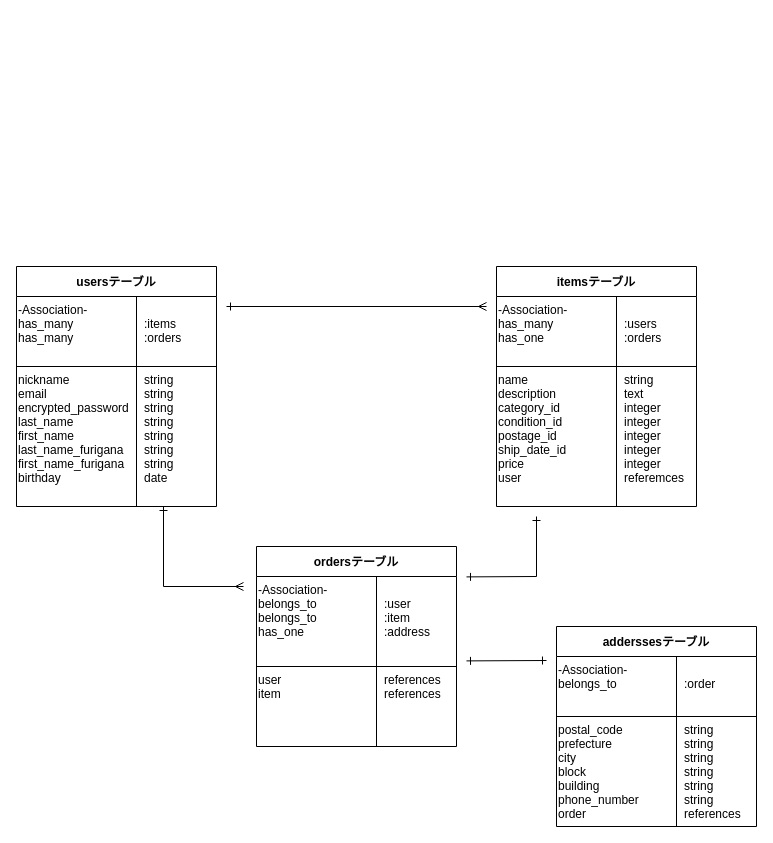
This is er.dio from ksk-o/furima-28136, a draw.io file, before an edit. Source tidied: cells renumbered, new cells numbered last; positions are measured from the earlier drawing's top-left corner, leaving out a move shared by most shapes. Both pictures are drawn from the tidied source at 100%, with x=0, y=0 at pixel (16, 266).
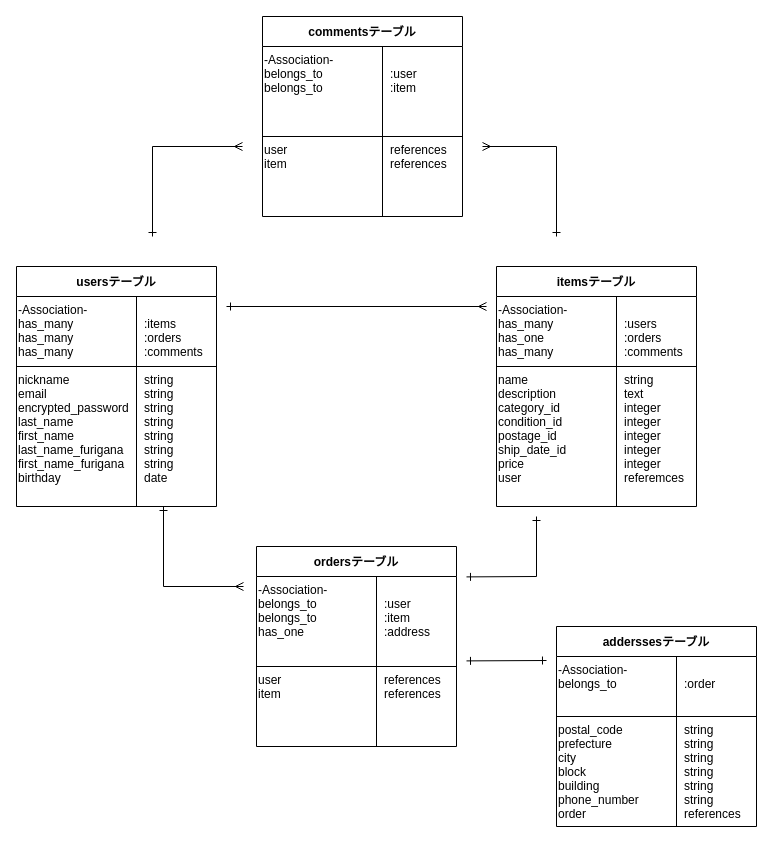
Above is the later version.

Commit message (it also covers changes not shown here):
コメント機能のER図とREADME追加

Unchanged cells that the change refers to:
```xml
<mxCell id="5" style="shape=partialRectangle;fillColor=none;top=0;left=0;bottom=1;right=0;" parent="4" vertex="1">
  <mxGeometry y="30" width="200" height="70" as="geometry" />
</mxCell>
<mxCell id="12" style="shape=partialRectangle;fillColor=none;top=0;left=0;bottom=1;right=0;" parent="11" vertex="1">
  <mxGeometry y="30" width="200" height="70" as="geometry" />
</mxCell>
```

What changed in the source:
```diff
@@
-    <mxCell id="6" value="-Association-&#10;has_many&#10;has_many" style="shape=partialRectangle;fillColor=none;top=0;left=0;bottom=0;right=0;fontStyle=0;overflow=hidden;verticalAlign=top;align=left;" parent="5" vertex="1">
+    <mxCell id="6" value="-Association-&#10;has_many&#10;has_many&#10;has_many" style="shape=partialRectangle;fillColor=none;top=0;left=0;bottom=0;right=0;fontStyle=0;overflow=hidden;verticalAlign=top;align=left;" parent="5" vertex="1">
       <mxGeometry width="120" height="70" as="geometry" />
     </mxCell>
-    <mxCell id="7" value="&#10;:items&#10;:orders" style="shape=partialRectangle;fillColor=none;top=0;left=0;bottom=0;right=0;align=left;spacingLeft=6;fontStyle=0;overflow=hidden;verticalAlign=top;" parent="5" vertex="1">
+    <mxCell id="7" value="&#10;:items&#10;:orders&#10;:comments" style="shape=partialRectangle;fillColor=none;top=0;left=0;bottom=0;right=0;align=left;spacingLeft=6;fontStyle=0;overflow=hidden;verticalAlign=top;" parent="5" vertex="1">
       <mxGeometry x="120" width="80" height="70" as="geometry" />
     </mxCell>
@@
-    <mxCell id="13" value="-Association-&#10;has_many&#10;has_one" style="shape=partialRectangle;fillColor=none;top=0;left=0;bottom=0;right=0;fontStyle=0;overflow=hidden;verticalAlign=top;align=left;" parent="12" vertex="1">
+    <mxCell id="13" value="-Association-&#10;has_many&#10;has_one&#10;has_many" style="shape=partialRectangle;fillColor=none;top=0;left=0;bottom=0;right=0;fontStyle=0;overflow=hidden;verticalAlign=top;align=left;" parent="12" vertex="1">
       <mxGeometry width="120" height="70" as="geometry" />
     </mxCell>
-    <mxCell id="14" value="&#10;:users&#10;:orders" style="shape=partialRectangle;fillColor=none;top=0;left=0;bottom=0;right=0;align=left;spacingLeft=6;fontStyle=0;overflow=hidden;verticalAlign=top;" parent="12" vertex="1">
+    <mxCell id="14" value="&#10;:users&#10;:orders&#10;:comments" style="shape=partialRectangle;fillColor=none;top=0;left=0;bottom=0;right=0;align=left;spacingLeft=6;fontStyle=0;overflow=hidden;verticalAlign=top;" parent="12" vertex="1">
       <mxGeometry x="120" width="80" height="70" as="geometry" />
     </mxCell>
@@
+    <mxCell id="34" value="commentsテーブル" style="shape=table;startSize=30;childLayout=tableLayout;rowLines=0;fontStyle=1;align=center;" parent="1" vertex="1">
+      <mxGeometry x="246" y="-250" width="200" height="200" as="geometry" />
+    </mxCell>
+    <mxCell id="35" style="shape=partialRectangle;fillColor=none;top=0;left=0;bottom=1;right=0;" parent="34" vertex="1">
+      <mxGeometry y="30" width="200" height="90" as="geometry" />
+    </mxCell>
+    <mxCell id="36" value="-Association-&#10;belongs_to&#10;belongs_to" style="shape=partialRectangle;fillColor=none;top=0;left=0;bottom=0;right=0;fontStyle=0;overflow=hidden;verticalAlign=top;align=left;" parent="35" vertex="1">
+      <mxGeometry width="120" height="90" as="geometry" />
+    </mxCell>
+    <mxCell id="37" value="&#10;:user&#10;:item" style="shape=partialRectangle;fillColor=none;top=0;left=0;bottom=0;right=0;align=left;spacingLeft=6;fontStyle=0;overflow=hidden;verticalAlign=top;" parent="35" vertex="1">
+      <mxGeometry x="120" width="80" height="90" as="geometry" />
+    </mxCell>
+    <mxCell id="38" style="shape=partialRectangle;fillColor=none;top=0;left=0;bottom=0;right=0;" parent="34" vertex="1">
+      <mxGeometry y="120" width="200" height="80" as="geometry" />
+    </mxCell>
+    <mxCell id="39" value="user&#10;item" style="shape=partialRectangle;fillColor=none;top=0;left=0;bottom=0;right=0;overflow=hidden;align=left;verticalAlign=top;" parent="38" vertex="1">
+      <mxGeometry width="120" height="80" as="geometry" />
+    </mxCell>
+    <mxCell id="40" value="references&#10;references" style="shape=partialRectangle;fillColor=none;top=0;left=0;bottom=0;right=0;align=left;spacingLeft=6;overflow=hidden;verticalAlign=top;" parent="38" vertex="1">
+      <mxGeometry x="120" width="80" height="80" as="geometry" />
+    </mxCell>
+    <mxCell id="41" style="endArrow=ERmany;html=1;rounded=0;startArrow=ERone;startFill=0;endFill=0;" parent="1" edge="1">
+      <mxGeometry relative="1" as="geometry">
+        <mxPoint x="136" y="-30" as="sourcePoint" />
+        <mxPoint x="226" y="-120" as="targetPoint" />
+        <Array as="points">
+          <mxPoint x="136" y="-120" />
+        </Array>
+      </mxGeometry>
+    </mxCell>
+    <mxCell id="42" style="endArrow=ERmany;html=1;rounded=0;startArrow=ERone;startFill=0;endFill=0;" parent="1" edge="1">
+      <mxGeometry relative="1" as="geometry">
+        <mxPoint x="540" y="-30" as="sourcePoint" />
+        <mxPoint x="466" y="-120" as="targetPoint" />
+        <Array as="points">
+          <mxPoint x="540" y="-120" />
+        </Array>
+      </mxGeometry>
+    </mxCell>
```
